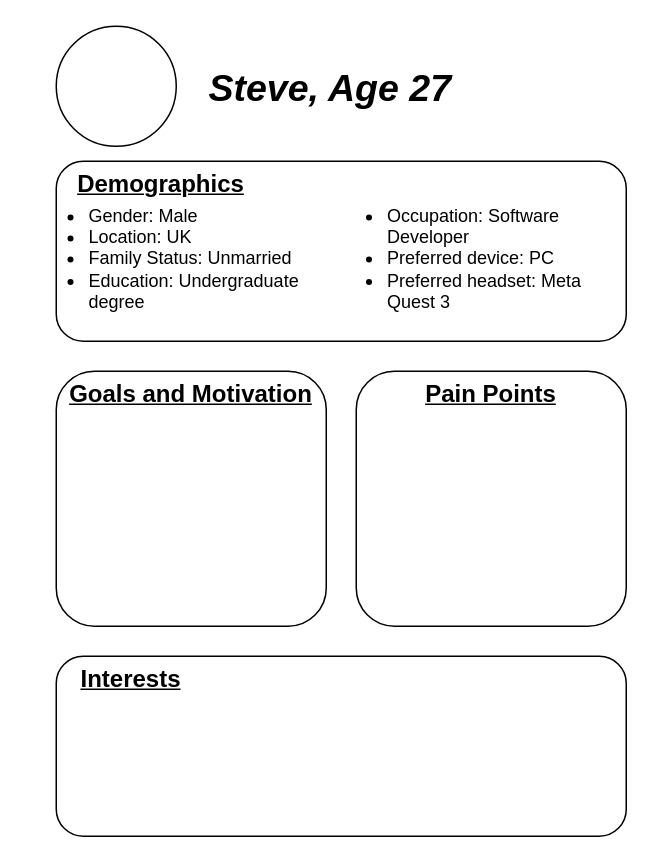
Earlier version of the draw.io diagram Steve.drawio (AyOhEe/CSCU9X5-Assignment). Source tidied: cells renumbered, new cells numbered last; positions are measured from the earlier drawing's top-left corner, leaving out a move shared by most shapes. Both pictures are drawn from the tidied source at 150%, with x=0, y=0 at pixel (26, 26).
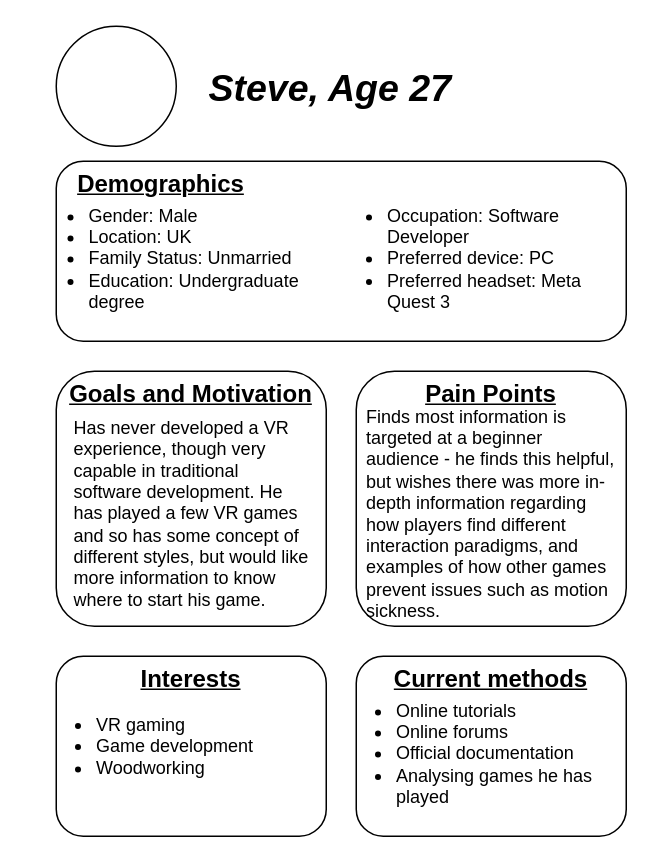
Above is the later version.

Change to the diagram source:
```diff
@@
 <mxGraphModel>
   <root>
     <mxCell id="0" />
     <mxCell id="1" parent="0" />
     <mxCell id="2" style="ellipse;whiteSpace=wrap;html=1;" parent="1" vertex="1">
       <mxGeometry x="20" width="80" height="80" as="geometry" />
     </mxCell>
     <mxCell id="3" value="&lt;font style=&quot;font-size: 25px;&quot;&gt;&lt;i&gt;&lt;b&gt;Steve, Age 27&lt;/b&gt;&lt;/i&gt;&lt;/font&gt;" style="text;html=1;whiteSpace=wrap;strokeColor=none;fillColor=none;align=left;verticalAlign=middle;rounded=0;" parent="1" vertex="1">
       <mxGeometry x="120" y="10" width="280" height="60" as="geometry" />
     </mxCell>
     <mxCell id="4" style="rounded=1;whiteSpace=wrap;html=1;" parent="1" vertex="1">
       <mxGeometry x="20" y="90" width="380" height="120" as="geometry" />
     </mxCell>
     <mxCell id="5" value="&lt;font style=&quot;font-size: 16px;&quot;&gt;Demographics&lt;/font&gt;" style="text;html=1;whiteSpace=wrap;strokeColor=none;fillColor=none;align=center;verticalAlign=middle;rounded=0;fontStyle=5;" parent="1" vertex="1">
       <mxGeometry x="30" y="90" width="120" height="30" as="geometry" />
     </mxCell>
     <mxCell id="6" value="&lt;ul&gt;&lt;li&gt;Gender: Male&lt;/li&gt;&lt;li&gt;Location: UK&lt;/li&gt;&lt;li&gt;Family Status: Unmarried&lt;/li&gt;&lt;li&gt;Education: Undergraduate degree&lt;/li&gt;&lt;/ul&gt;" style="text;html=1;whiteSpace=wrap;strokeColor=none;fillColor=none;align=left;verticalAlign=middle;rounded=0;labelPosition=center;verticalLabelPosition=middle;" parent="1" vertex="1">
       <mxGeometry y="120" width="200" height="70" as="geometry" />
     </mxCell>
     <mxCell id="7" style="rounded=1;whiteSpace=wrap;html=1;" parent="1" vertex="1">
       <mxGeometry x="20" y="230" width="180" height="170" as="geometry" />
     </mxCell>
     <mxCell id="8" style="rounded=1;whiteSpace=wrap;html=1;" parent="1" vertex="1">
       <mxGeometry x="220" y="230" width="180" height="170" as="geometry" />
     </mxCell>
     <mxCell id="9" value="&lt;ul style=&quot;text-align: left;&quot;&gt;&lt;li&gt;Occupation: Software Developer&lt;/li&gt;&lt;li&gt;Preferred device: PC&lt;/li&gt;&lt;li&gt;Preferred headset: Meta Quest 3&lt;/li&gt;&lt;/ul&gt;" style="text;html=1;whiteSpace=wrap;strokeColor=none;fillColor=none;align=center;verticalAlign=middle;rounded=0;" parent="1" vertex="1">
       <mxGeometry x="200" y="120" width="200" height="70" as="geometry" />
     </mxCell>
     <mxCell id="10" value="&lt;font style=&quot;font-size: 16px;&quot;&gt;Goals and Motivation&lt;/font&gt;" style="text;html=1;whiteSpace=wrap;strokeColor=none;fillColor=none;align=center;verticalAlign=middle;rounded=0;fontStyle=5;" parent="1" vertex="1">
       <mxGeometry x="25" y="230" width="170" height="30" as="geometry" />
     </mxCell>
     <mxCell id="11" value="&lt;font style=&quot;font-size: 16px;&quot;&gt;Pain Points&lt;/font&gt;" style="text;html=1;whiteSpace=wrap;strokeColor=none;fillColor=none;align=center;verticalAlign=middle;rounded=0;fontStyle=5;" parent="1" vertex="1">
       <mxGeometry x="225" y="230" width="170" height="30" as="geometry" />
     </mxCell>
     <mxCell id="12" style="rounded=1;whiteSpace=wrap;html=1;" parent="1" vertex="1">
-      <mxGeometry x="20" y="420" width="380" height="120" as="geometry" />
+      <mxGeometry x="20" y="420" width="180" height="120" as="geometry" />
     </mxCell>
     <mxCell id="13" value="&lt;font style=&quot;font-size: 16px;&quot;&gt;Interests&lt;/font&gt;" style="text;html=1;whiteSpace=wrap;strokeColor=none;fillColor=none;align=center;verticalAlign=middle;rounded=0;fontStyle=5;" parent="1" vertex="1">
-      <mxGeometry x="30" y="420" width="80" height="30" as="geometry" />
+      <mxGeometry x="70" y="420" width="80" height="30" as="geometry" />
     </mxCell>
+    <mxCell id="14" value="Has never developed a VR experience, though very capable in traditional software development. He has played a few VR games and so has some concept of different styles, but would like more information to know where to start his game." style="text;html=1;whiteSpace=wrap;strokeColor=none;fillColor=none;align=left;verticalAlign=middle;rounded=0;" parent="1" vertex="1">
+      <mxGeometry x="30" y="260" width="160" height="130" as="geometry" />
+    </mxCell>
+    <mxCell id="15" value="Finds most information is targeted at a beginner audience - he finds this helpful, but wishes there was more in-depth information regarding how players find different interaction paradigms, and examples of how other games prevent issues such as motion sickness." style="text;html=1;whiteSpace=wrap;strokeColor=none;fillColor=none;align=left;verticalAlign=middle;rounded=0;" parent="1" vertex="1">
+      <mxGeometry x="225" y="250" width="170" height="150" as="geometry" />
+    </mxCell>
+    <mxCell id="16" value="&lt;ul&gt;&lt;li&gt;VR gaming&lt;/li&gt;&lt;li&gt;Game development&lt;/li&gt;&lt;li&gt;Woodworking&lt;/li&gt;&lt;/ul&gt;" style="text;html=1;whiteSpace=wrap;strokeColor=none;fillColor=none;align=left;verticalAlign=middle;rounded=0;" parent="1" vertex="1">
+      <mxGeometry x="5" y="450" width="170" height="60" as="geometry" />
+    </mxCell>
+    <mxCell id="17" style="rounded=1;whiteSpace=wrap;html=1;" parent="1" vertex="1">
+      <mxGeometry x="220" y="420" width="180" height="120" as="geometry" />
+    </mxCell>
+    <mxCell id="18" value="&lt;font style=&quot;font-size: 16px;&quot;&gt;Current methods&lt;/font&gt;" style="text;html=1;whiteSpace=wrap;strokeColor=none;fillColor=none;align=center;verticalAlign=middle;rounded=0;fontStyle=5;" parent="1" vertex="1">
+      <mxGeometry x="240" y="420" width="140" height="30" as="geometry" />
+    </mxCell>
+    <mxCell id="19" value="&lt;ul&gt;&lt;li&gt;Online tutorials&lt;/li&gt;&lt;li&gt;Online forums&lt;/li&gt;&lt;li&gt;Official documentation&lt;/li&gt;&lt;li&gt;Analysing games he has played&lt;/li&gt;&lt;/ul&gt;" style="text;html=1;whiteSpace=wrap;strokeColor=none;fillColor=none;align=left;verticalAlign=middle;rounded=0;" parent="1" vertex="1">
+      <mxGeometry x="205" y="450" width="190" height="70" as="geometry" />
+    </mxCell>
   </root>
 </mxGraphModel>
```
